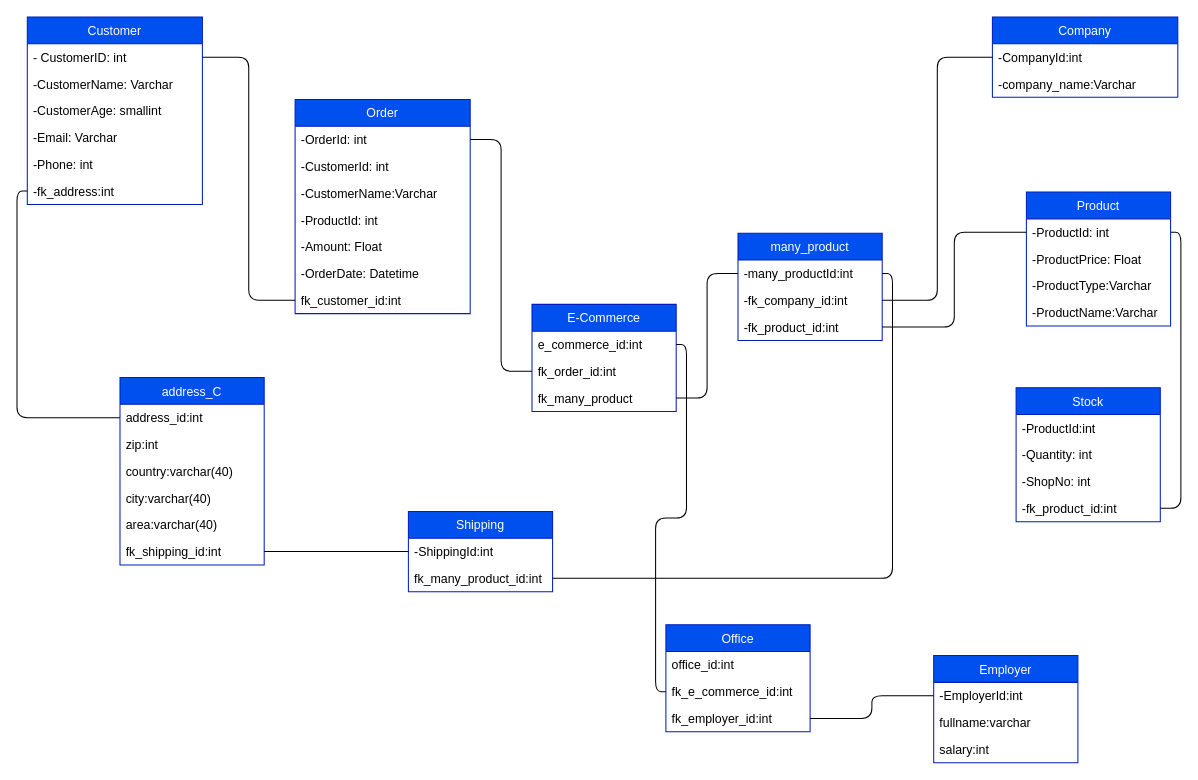
This is page "Normalize diagramm" (4 of 4) of Diagramm/famazon.drawio from Hanlord/CR9_Diagramm-MYSQL, a draw.io file, before an edit. Source tidied: cells renumbered, new cells numbered last; positions are measured from the earlier drawing's top-left corner, leaving out a move shared by most shapes. Both pictures are drawn from the tidied source at 103%, with x=0, y=0 at pixel (27, 16).
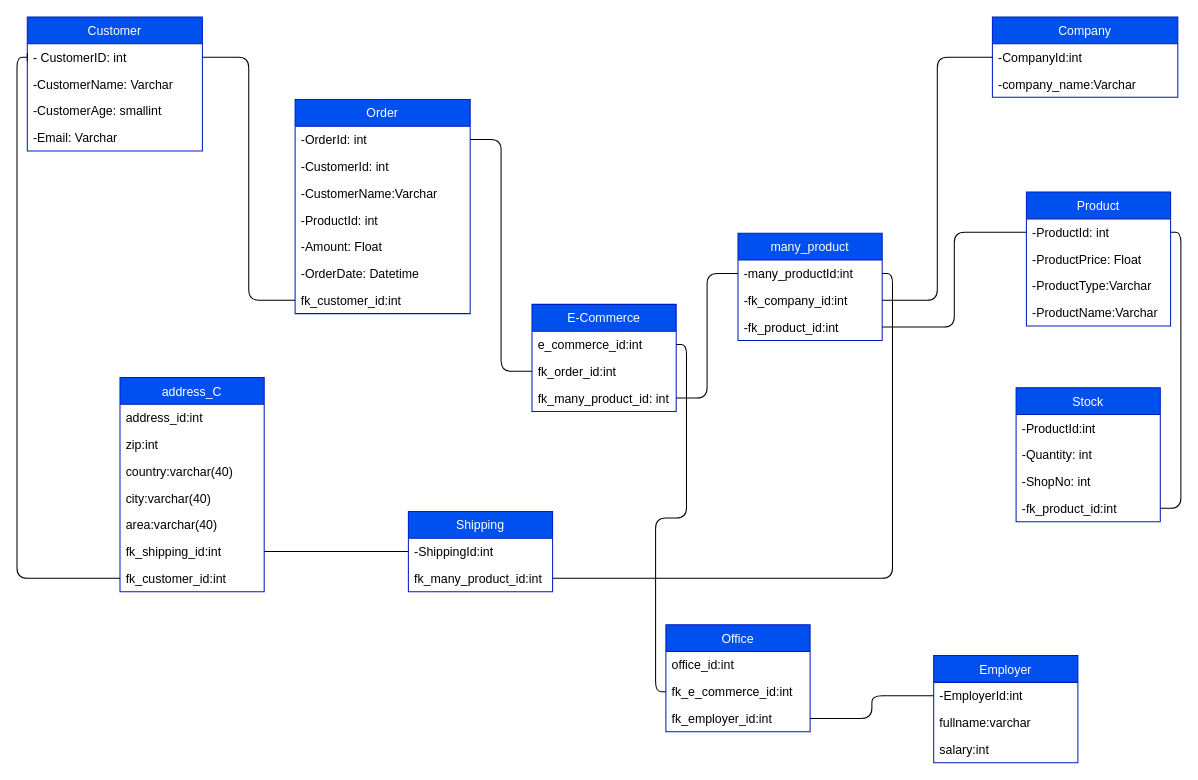
After the change.

The change refers to these unchanged cells:
```xml
<mxCell id="3" value="- CustomerID: int" style="text;strokeColor=none;fillColor=none;align=left;verticalAlign=top;spacingLeft=4;spacingRight=4;overflow=hidden;points=[[0,0.5],[1,0.5]];portConstraint=eastwest;" parent="2" vertex="1">
  <mxGeometry y="26" width="170" height="26" as="geometry" />
</mxCell>
<mxCell id="38" value="E-Commerce" style="swimlane;fontStyle=0;horizontal=1;startSize=26;fillColor=#0050ef;fontColor=#ffffff;strokeColor=#001DBC;" parent="1" vertex="1">
  <mxGeometry x="490" y="279" width="140" height="104" as="geometry" />
</mxCell>
<mxCell id="43" value="-ShippingId:int" style="text;strokeColor=none;fillColor=none;align=left;verticalAlign=top;spacingLeft=4;spacingRight=4;overflow=hidden;points=[[0,0.5],[1,0.5]];portConstraint=eastwest;" parent="42" vertex="1">
  <mxGeometry y="26" width="140" height="26" as="geometry" />
</mxCell>
<mxCell id="46" value="address_id:int" style="text;strokeColor=none;fillColor=none;align=left;verticalAlign=top;spacingLeft=4;spacingRight=4;overflow=hidden;points=[[0,0.5],[1,0.5]];portConstraint=eastwest;" parent="45" vertex="1">
  <mxGeometry y="26" width="140" height="26" as="geometry" />
</mxCell>
```

Change to the diagram source:
```diff
@@
     <mxCell id="2" value="Customer" style="swimlane;fontStyle=0;horizontal=1;startSize=26;fillColor=#0050ef;fontColor=#ffffff;strokeColor=#001DBC;" parent="1" vertex="1">
-      <mxGeometry width="170" height="182" as="geometry" />
+      <mxGeometry width="170" height="130" as="geometry" />
     </mxCell>
@@
-    <mxCell id="7" value="-Phone: int" style="text;strokeColor=none;fillColor=none;align=left;verticalAlign=top;spacingLeft=4;spacingRight=4;overflow=hidden;" parent="2" vertex="1">
-      <mxGeometry y="130" width="170" height="26" as="geometry" />
-    </mxCell>
-    <mxCell id="8" value="-fk_address:int" style="text;strokeColor=none;fillColor=none;align=left;verticalAlign=top;spacingLeft=4;spacingRight=4;overflow=hidden;points=[[0,0.5],[1,0.5]];portConstraint=eastwest;" parent="2" vertex="1">
-      <mxGeometry y="156" width="170" height="26" as="geometry" />
-    </mxCell>
@@
-    <mxCell id="41" value="fk_many_product" style="text;strokeColor=none;fillColor=none;align=left;verticalAlign=top;spacingLeft=4;spacingRight=4;overflow=hidden;points=[[0,0.5],[1,0.5]];portConstraint=eastwest;" parent="38" vertex="1">
+    <mxCell id="41" value="fk_many_product_id: int" style="text;strokeColor=none;fillColor=none;align=left;verticalAlign=top;spacingLeft=4;spacingRight=4;overflow=hidden;points=[[0,0.5],[1,0.5]];portConstraint=eastwest;" parent="38" vertex="1">
       <mxGeometry y="78" width="140" height="26" as="geometry" />
     </mxCell>
@@
     <mxCell id="45" value="address_C" style="swimlane;fontStyle=0;horizontal=1;startSize=26;fillColor=#0050ef;fontColor=#ffffff;strokeColor=#001DBC;" parent="1" vertex="1">
-      <mxGeometry x="90" y="350" width="140" height="182" as="geometry" />
+      <mxGeometry x="90" y="350" width="140" height="208" as="geometry" />
     </mxCell>
@@
+    <mxCell id="67" value="fk_shipping_id:int" style="text;strokeColor=none;fillColor=none;align=left;verticalAlign=top;spacingLeft=4;spacingRight=4;overflow=hidden;points=[[0,0.5],[1,0.5]];portConstraint=eastwest;" parent="45" vertex="1">
+      <mxGeometry y="156" width="140" height="26" as="geometry" />
+    </mxCell>
-    <mxCell id="51" value="fk_shipping_id:int" style="text;strokeColor=none;fillColor=none;align=left;verticalAlign=top;spacingLeft=4;spacingRight=4;overflow=hidden;points=[[0,0.5],[1,0.5]];portConstraint=eastwest;" parent="45" vertex="1">
-      <mxGeometry y="156" width="140" height="26" as="geometry" />
+    <mxCell id="51" value="fk_customer_id:int" style="text;strokeColor=none;fillColor=none;align=left;verticalAlign=top;spacingLeft=4;spacingRight=4;overflow=hidden;points=[[0,0.5],[1,0.5]];portConstraint=eastwest;" parent="45" vertex="1">
+      <mxGeometry y="182" width="140" height="26" as="geometry" />
     </mxCell>
@@
-    <mxCell id="62" style="edgeStyle=orthogonalEdgeStyle;html=1;startArrow=none;startFill=0;endArrow=none;endFill=0;" parent="1" edge="1" source="51" target="43">
+    <mxCell id="62" style="edgeStyle=orthogonalEdgeStyle;html=1;startArrow=none;startFill=0;endArrow=none;endFill=0;exitX=1;exitY=0.5;exitDx=0;exitDy=0;" parent="1" edge="1" source="67" target="43">
       <mxGeometry relative="1" as="geometry" />
     </mxCell>
-    <mxCell id="63" style="edgeStyle=orthogonalEdgeStyle;html=1;entryX=0;entryY=0.5;entryDx=0;entryDy=0;startArrow=none;startFill=0;endArrow=none;endFill=0;" parent="1" edge="1" source="46" target="8">
-      <mxGeometry relative="1" as="geometry" />
-    </mxCell>
@@
+    <mxCell id="68" style="edgeStyle=orthogonalEdgeStyle;html=1;entryX=0;entryY=0.5;entryDx=0;entryDy=0;endArrow=baseDash;endFill=0;" parent="1" edge="1" source="51" target="3">
+      <mxGeometry relative="1" as="geometry" />
+    </mxCell>
```
